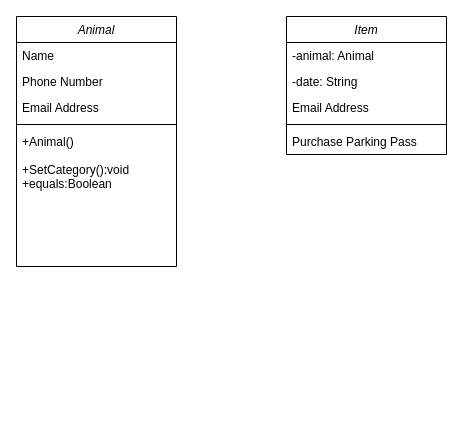
This is Diagram/ Analys_reflektion.drawio from GitoPot/Analys_reflektion, a draw.io file, before an edit. Source tidied: cells renumbered, new cells numbered last; positions are measured from the earlier drawing's top-left corner, leaving out a move shared by most shapes. Both pictures are drawn from the tidied source at 100%, with x=0, y=0 at pixel (16, 16).
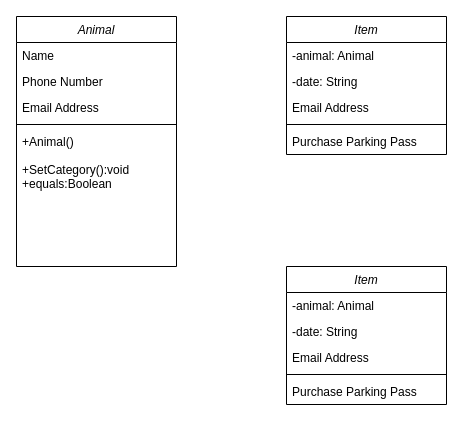
The same page after the edit.

The edit, as a diff of the source:
```diff
@@
 <mxGraphModel>
   <root>
     <mxCell id="0" />
     <mxCell id="1" parent="0" />
     <mxCell id="2" value="Animal" style="swimlane;fontStyle=2;align=center;verticalAlign=top;horizontal=1;startSize=26;rounded=0;shadow=0;strokeWidth=1;labelBackgroundColor=default;" parent="1" vertex="1">
       <mxGeometry width="160" height="250" as="geometry" />
     </mxCell>
     <mxCell id="3" value="Name" style="text;align=left;verticalAlign=top;spacingLeft=4;spacingRight=4;overflow=hidden;" parent="2" vertex="1">
       <mxGeometry y="26" width="160" height="26" as="geometry" />
     </mxCell>
     <mxCell id="4" value="Phone Number" style="text;align=left;verticalAlign=top;spacingLeft=4;spacingRight=4;overflow=hidden;rounded=0;shadow=0;html=0;" parent="2" vertex="1">
       <mxGeometry y="52" width="160" height="26" as="geometry" />
     </mxCell>
     <mxCell id="5" value="Email Address" style="text;align=left;verticalAlign=top;spacingLeft=4;spacingRight=4;overflow=hidden;rounded=0;shadow=0;html=0;" parent="2" vertex="1">
       <mxGeometry y="78" width="160" height="26" as="geometry" />
     </mxCell>
     <mxCell id="6" style="line;html=1;strokeWidth=1;align=left;verticalAlign=middle;spacingTop=-1;spacingLeft=3;spacingRight=3;labelPosition=right;" parent="2" vertex="1">
       <mxGeometry y="104" width="160" height="8" as="geometry" />
     </mxCell>
     <mxCell id="7" value="+Animal()&#10;&#10;+SetCategory():void&#10;+equals:Boolean" style="text;align=left;verticalAlign=top;spacingLeft=4;spacingRight=4;overflow=hidden;" parent="2" vertex="1">
       <mxGeometry y="112" width="160" height="138" as="geometry" />
     </mxCell>
     <mxCell id="8" value="Item" style="swimlane;fontStyle=2;align=center;verticalAlign=top;horizontal=1;startSize=26;rounded=0;shadow=0;strokeWidth=1;" parent="1" vertex="1">
       <mxGeometry x="270" width="160" height="138" as="geometry" />
     </mxCell>
     <mxCell id="9" value="-animal: Animal" style="text;align=left;verticalAlign=top;spacingLeft=4;spacingRight=4;overflow=hidden;" parent="8" vertex="1">
       <mxGeometry y="26" width="160" height="26" as="geometry" />
     </mxCell>
     <mxCell id="10" value="-date: String" style="text;align=left;verticalAlign=top;spacingLeft=4;spacingRight=4;overflow=hidden;rounded=0;shadow=0;html=0;" parent="8" vertex="1">
       <mxGeometry y="52" width="160" height="26" as="geometry" />
     </mxCell>
     <mxCell id="11" value="Email Address" style="text;align=left;verticalAlign=top;spacingLeft=4;spacingRight=4;overflow=hidden;rounded=0;shadow=0;html=0;" parent="8" vertex="1">
       <mxGeometry y="78" width="160" height="26" as="geometry" />
     </mxCell>
     <mxCell id="12" style="line;html=1;strokeWidth=1;align=left;verticalAlign=middle;spacingTop=-1;spacingLeft=3;spacingRight=3;labelPosition=right;" parent="8" vertex="1">
       <mxGeometry y="104" width="160" height="8" as="geometry" />
     </mxCell>
     <mxCell id="13" value="Purchase Parking Pass" style="text;align=left;verticalAlign=top;spacingLeft=4;spacingRight=4;overflow=hidden;" parent="8" vertex="1">
       <mxGeometry y="112" width="160" height="26" as="geometry" />
     </mxCell>
+    <mxCell id="14" value="Item" style="swimlane;fontStyle=2;align=center;verticalAlign=top;horizontal=1;startSize=26;rounded=0;shadow=0;strokeWidth=1;" parent="1" vertex="1">
+      <mxGeometry x="270" y="250" width="160" height="138" as="geometry" />
+    </mxCell>
+    <mxCell id="15" value="-animal: Animal" style="text;align=left;verticalAlign=top;spacingLeft=4;spacingRight=4;overflow=hidden;" parent="14" vertex="1">
+      <mxGeometry y="26" width="160" height="26" as="geometry" />
+    </mxCell>
+    <mxCell id="16" value="-date: String" style="text;align=left;verticalAlign=top;spacingLeft=4;spacingRight=4;overflow=hidden;rounded=0;shadow=0;html=0;" parent="14" vertex="1">
+      <mxGeometry y="52" width="160" height="26" as="geometry" />
+    </mxCell>
+    <mxCell id="17" value="Email Address" style="text;align=left;verticalAlign=top;spacingLeft=4;spacingRight=4;overflow=hidden;rounded=0;shadow=0;html=0;" parent="14" vertex="1">
+      <mxGeometry y="78" width="160" height="26" as="geometry" />
+    </mxCell>
+    <mxCell id="18" style="line;html=1;strokeWidth=1;align=left;verticalAlign=middle;spacingTop=-1;spacingLeft=3;spacingRight=3;labelPosition=right;" parent="14" vertex="1">
+      <mxGeometry y="104" width="160" height="8" as="geometry" />
+    </mxCell>
+    <mxCell id="19" value="Purchase Parking Pass" style="text;align=left;verticalAlign=top;spacingLeft=4;spacingRight=4;overflow=hidden;" parent="14" vertex="1">
+      <mxGeometry y="112" width="160" height="26" as="geometry" />
+    </mxCell>
   </root>
 </mxGraphModel>
```
